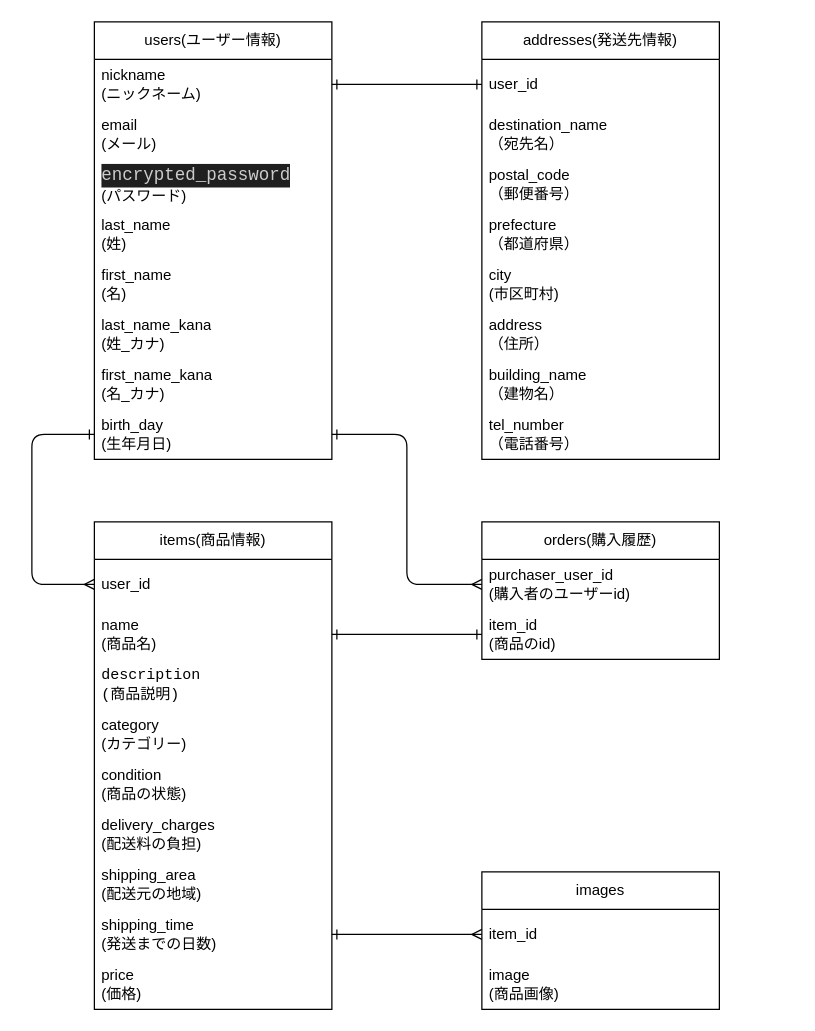
This is db.dio from Yasuhisa-O/furima-39656, a draw.io file, before an edit. Source tidied: cells renumbered, new cells numbered last; positions are measured from the earlier drawing's top-left corner, leaving out a move shared by most shapes. Both pictures are drawn from the tidied source at 125%, with x=0, y=0 at pixel (31, 21).
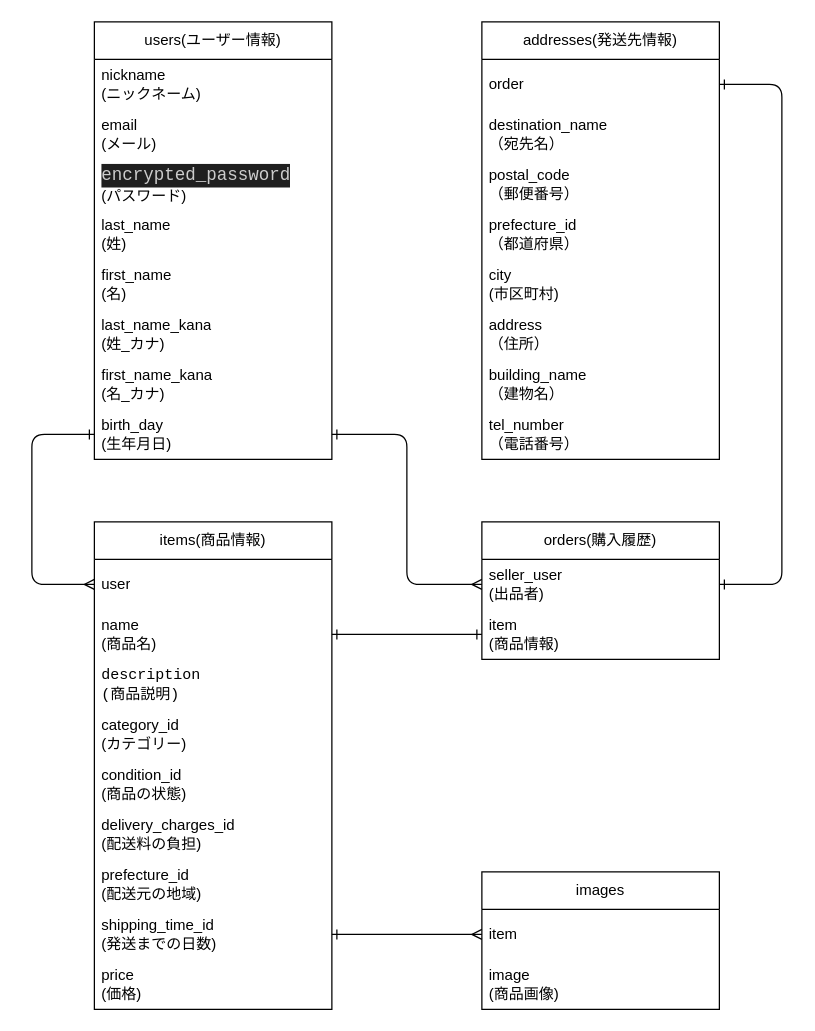
Above is the later version.

Commit message (it also covers changes not shown here):
不要なものを削除、active_hashでid選択などを修正

＜修正したER図＞
https://i.gyazo.com/4df89ea3ca5a368da2403381d88fad1a.png

The change refers to these unchanged cells:
```xml
<mxCell id="3" value="nickname&lt;br&gt;(ニックネーム)" style="text;strokeColor=none;fillColor=none;align=left;verticalAlign=middle;spacingLeft=4;spacingRight=4;overflow=hidden;points=[[0,0.5],[1,0.5]];portConstraint=eastwest;whiteSpace=wrap;html=1;" parent="2" vertex="1">
  <mxGeometry y="30" width="190" height="40" as="geometry" />
</mxCell>
<mxCell id="11" value="items(商品情報)" style="swimlane;fontStyle=0;horizontal=1;startSize=30;whiteSpace=wrap;html=1;" parent="1" vertex="1">
  <mxGeometry x="50" y="400" width="190" height="390" as="geometry" />
</mxCell>
<mxCell id="21" value="addresses(発送先情報)" style="swimlane;fontStyle=0;horizontal=1;startSize=30;whiteSpace=wrap;html=1;" parent="1" vertex="1">
  <mxGeometry x="360" width="190" height="350" as="geometry" />
</mxCell>
<mxCell id="32" value="images" style="swimlane;fontStyle=0;horizontal=1;startSize=30;whiteSpace=wrap;html=1;" parent="1" vertex="1">
  <mxGeometry x="360" y="680" width="190" height="110" as="geometry" />
</mxCell>
<mxCell id="35" value="orders(購入履歴)" style="swimlane;fontStyle=0;horizontal=1;startSize=30;whiteSpace=wrap;html=1;" parent="1" vertex="1">
  <mxGeometry x="360" y="400" width="190" height="110" as="geometry" />
</mxCell>
```

Diff of the diagram source:
```diff
@@
-    <mxCell id="12" value="user_id" style="text;strokeColor=none;fillColor=none;align=left;verticalAlign=middle;spacingLeft=4;spacingRight=4;overflow=hidden;points=[[0,0.5],[1,0.5]];portConstraint=eastwest;whiteSpace=wrap;html=1;" parent="11" vertex="1">
+    <mxCell id="12" value="user" style="text;strokeColor=none;fillColor=none;align=left;verticalAlign=middle;spacingLeft=4;spacingRight=4;overflow=hidden;points=[[0,0.5],[1,0.5]];portConstraint=eastwest;whiteSpace=wrap;html=1;" parent="11" vertex="1">
       <mxGeometry y="30" width="190" height="40" as="geometry" />
     </mxCell>
@@
-    <mxCell id="15" value="&lt;span style=&quot;text-align: center;&quot;&gt;category&lt;br&gt;(カテゴリー)&lt;br&gt;&lt;/span&gt;" style="text;strokeColor=none;fillColor=none;align=left;verticalAlign=middle;spacingLeft=4;spacingRight=4;overflow=hidden;whiteSpace=wrap;html=1;" parent="11" vertex="1">
+    <mxCell id="15" value="&lt;span style=&quot;text-align: center;&quot;&gt;category_id&lt;br&gt;(カテゴリー)&lt;br&gt;&lt;/span&gt;" style="text;strokeColor=none;fillColor=none;align=left;verticalAlign=middle;spacingLeft=4;spacingRight=4;overflow=hidden;whiteSpace=wrap;html=1;" parent="11" vertex="1">
       <mxGeometry y="150" width="190" height="40" as="geometry" />
     </mxCell>
-    <mxCell id="16" value="condition&lt;br&gt;(商品の状態)" style="text;strokeColor=none;fillColor=none;align=left;verticalAlign=middle;spacingLeft=4;spacingRight=4;overflow=hidden;whiteSpace=wrap;html=1;" parent="11" vertex="1">
+    <mxCell id="16" value="condition_id&lt;br&gt;(商品の状態)" style="text;strokeColor=none;fillColor=none;align=left;verticalAlign=middle;spacingLeft=4;spacingRight=4;overflow=hidden;whiteSpace=wrap;html=1;" parent="11" vertex="1">
       <mxGeometry y="190" width="190" height="40" as="geometry" />
     </mxCell>
-    <mxCell id="17" value="delivery_charges&lt;br&gt;(配送料の負担)" style="text;strokeColor=none;fillColor=none;align=left;verticalAlign=middle;spacingLeft=4;spacingRight=4;overflow=hidden;whiteSpace=wrap;html=1;" parent="11" vertex="1">
+    <mxCell id="17" value="delivery_charges_id&lt;br&gt;(配送料の負担)" style="text;strokeColor=none;fillColor=none;align=left;verticalAlign=middle;spacingLeft=4;spacingRight=4;overflow=hidden;whiteSpace=wrap;html=1;" parent="11" vertex="1">
       <mxGeometry y="230" width="190" height="40" as="geometry" />
     </mxCell>
-    <mxCell id="18" value="shipping_area&lt;br&gt;(配送元の地域)" style="text;strokeColor=none;fillColor=none;align=left;verticalAlign=middle;spacingLeft=4;spacingRight=4;overflow=hidden;whiteSpace=wrap;html=1;" parent="11" vertex="1">
+    <mxCell id="18" value="prefecture_id&lt;br&gt;(配送元の地域)" style="text;strokeColor=none;fillColor=none;align=left;verticalAlign=middle;spacingLeft=4;spacingRight=4;overflow=hidden;whiteSpace=wrap;html=1;" parent="11" vertex="1">
       <mxGeometry y="270" width="190" height="40" as="geometry" />
     </mxCell>
-    <mxCell id="19" value="shipping_time&lt;br&gt;(発送までの日数)" style="text;strokeColor=none;fillColor=none;align=left;verticalAlign=middle;spacingLeft=4;spacingRight=4;overflow=hidden;points=[[0,0.5],[1,0.5]];portConstraint=eastwest;whiteSpace=wrap;html=1;" parent="11" vertex="1">
+    <mxCell id="19" value="shipping_time_id&lt;br&gt;(発送までの日数)" style="text;strokeColor=none;fillColor=none;align=left;verticalAlign=middle;spacingLeft=4;spacingRight=4;overflow=hidden;points=[[0,0.5],[1,0.5]];portConstraint=eastwest;whiteSpace=wrap;html=1;" parent="11" vertex="1">
       <mxGeometry y="310" width="190" height="40" as="geometry" />
     </mxCell>
@@
-    <mxCell id="22" value="user_id" style="text;strokeColor=none;fillColor=none;align=left;verticalAlign=middle;spacingLeft=4;spacingRight=4;overflow=hidden;points=[[0,0.5],[1,0.5]];portConstraint=eastwest;whiteSpace=wrap;html=1;" parent="21" vertex="1">
+    <mxCell id="22" value="&lt;span style=&quot;text-align: center;&quot;&gt;order&lt;/span&gt;" style="text;strokeColor=none;fillColor=none;align=left;verticalAlign=middle;spacingLeft=4;spacingRight=4;overflow=hidden;points=[[0,0.5],[1,0.5]];portConstraint=eastwest;whiteSpace=wrap;html=1;" parent="21" vertex="1">
       <mxGeometry y="30" width="190" height="40" as="geometry" />
     </mxCell>
@@
-    <mxCell id="25" value="prefecture&lt;br&gt;（都道府県）" style="text;strokeColor=none;fillColor=none;align=left;verticalAlign=middle;spacingLeft=4;spacingRight=4;overflow=hidden;whiteSpace=wrap;html=1;" parent="21" vertex="1">
+    <mxCell id="25" value="prefecture_id&lt;br&gt;（都道府県）" style="text;strokeColor=none;fillColor=none;align=left;verticalAlign=middle;spacingLeft=4;spacingRight=4;overflow=hidden;whiteSpace=wrap;html=1;" parent="21" vertex="1">
       <mxGeometry y="150" width="190" height="40" as="geometry" />
     </mxCell>
@@
-    <mxCell id="30" style="edgeStyle=none;html=1;exitX=0;exitY=0.5;exitDx=0;exitDy=0;entryX=1;entryY=0.5;entryDx=0;entryDy=0;startArrow=ERone;startFill=0;endArrow=ERone;endFill=0;" parent="1" edge="1" source="22" target="3">
-      <mxGeometry relative="1" as="geometry" />
-    </mxCell>
@@
-    <mxCell id="33" value="item_id" style="text;strokeColor=none;fillColor=none;align=left;verticalAlign=middle;spacingLeft=4;spacingRight=4;overflow=hidden;points=[[0,0.5],[1,0.5]];portConstraint=eastwest;whiteSpace=wrap;html=1;" parent="32" vertex="1">
+    <mxCell id="33" value="item" style="text;strokeColor=none;fillColor=none;align=left;verticalAlign=middle;spacingLeft=4;spacingRight=4;overflow=hidden;points=[[0,0.5],[1,0.5]];portConstraint=eastwest;whiteSpace=wrap;html=1;" parent="32" vertex="1">
       <mxGeometry y="30" width="190" height="40" as="geometry" />
     </mxCell>
@@
-    <mxCell id="36" value="purchaser_user_id&lt;br&gt;(購入者のユーザーid)" style="text;strokeColor=none;fillColor=none;align=left;verticalAlign=middle;spacingLeft=4;spacingRight=4;overflow=hidden;points=[[0,0.5],[1,0.5]];portConstraint=eastwest;whiteSpace=wrap;html=1;" parent="35" vertex="1">
+    <mxCell id="36" value="&lt;div style=&quot;text-align: center;&quot;&gt;&lt;/div&gt;seller_user&lt;br&gt;(出品者)" style="text;strokeColor=none;fillColor=none;align=left;verticalAlign=middle;spacingLeft=4;spacingRight=4;overflow=hidden;points=[[0,0.5],[1,0.5]];portConstraint=eastwest;whiteSpace=wrap;html=1;" parent="35" vertex="1">
       <mxGeometry y="30" width="190" height="40" as="geometry" />
     </mxCell>
-    <mxCell id="37" value="item_id&lt;br&gt;(商品のid)" style="text;strokeColor=none;fillColor=none;align=left;verticalAlign=middle;spacingLeft=4;spacingRight=4;overflow=hidden;points=[[0,0.5],[1,0.5]];portConstraint=eastwest;whiteSpace=wrap;html=1;" parent="35" vertex="1">
+    <mxCell id="37" value="item&lt;br&gt;&lt;span style=&quot;text-align: center;&quot;&gt;(商品情報)&lt;/span&gt;" style="text;strokeColor=none;fillColor=none;align=left;verticalAlign=middle;spacingLeft=4;spacingRight=4;overflow=hidden;points=[[0,0.5],[1,0.5]];portConstraint=eastwest;whiteSpace=wrap;html=1;" parent="35" vertex="1">
       <mxGeometry y="70" width="190" height="40" as="geometry" />
     </mxCell>
@@
+    <mxCell id="41" style="edgeStyle=none;html=1;exitX=1;exitY=0.5;exitDx=0;exitDy=0;entryX=1;entryY=0.5;entryDx=0;entryDy=0;startArrow=ERone;startFill=0;endArrow=ERone;endFill=0;" parent="1" edge="1" source="36" target="22">
+      <mxGeometry relative="1" as="geometry">
+        <Array as="points">
+          <mxPoint x="600" y="450" />
+          <mxPoint x="600" y="250" />
+          <mxPoint x="600" y="50" />
+        </Array>
+      </mxGeometry>
+    </mxCell>
```
